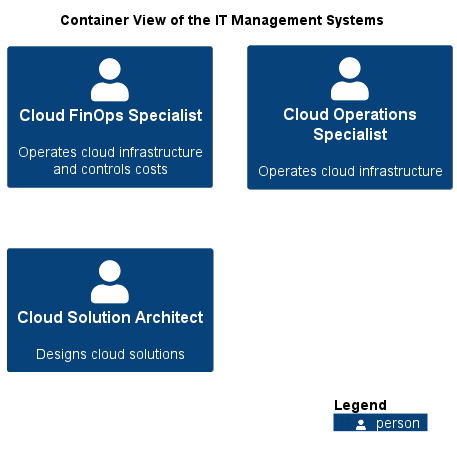
Earlier version of the PlantUML export docs/mybank/it-management/container-view.png (soulspace-org/my-bank-model).
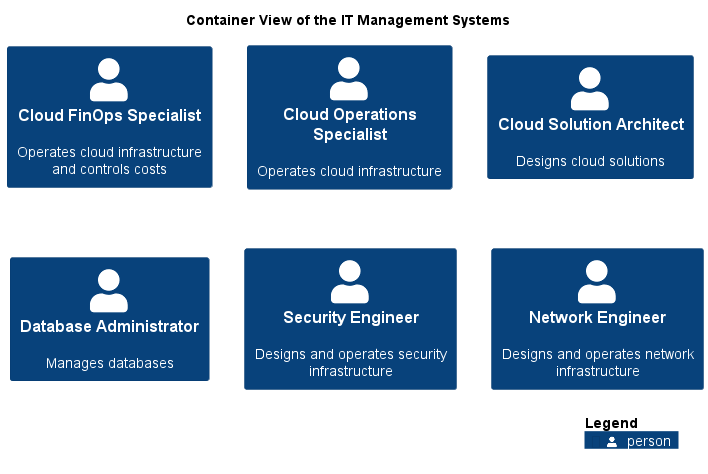
Later version of the same file.

The edit, as a diff of the source:
```diff
@@ -16,5 +16,8 @@
 Person(mybank_itManagement_cloudFinopsSpecialist, "Cloud FinOps Specialist", $descr="Operates cloud infrastructure and controls costs")
 Person(mybank_itManagement_cloudOperationsSpecialist, "Cloud Operations Specialist", $descr="Operates cloud infrastructure")
 Person(mybank_itManagement_cloudSolutionArchitect, "Cloud Solution Architect", $descr="Designs cloud solutions")
+Person(mybank_itManagement_databaseAdministrator, "Database Administrator", $descr="Manages databases")
+Person(mybank_itManagement_securityEngineer, "Security Engineer", $descr="Designs and operates security infrastructure")
+Person(mybank_itManagement_networkEngineer, "Network Engineer", $descr="Designs and operates network infrastructure")
 SHOW_LEGEND()
 @enduml
```
